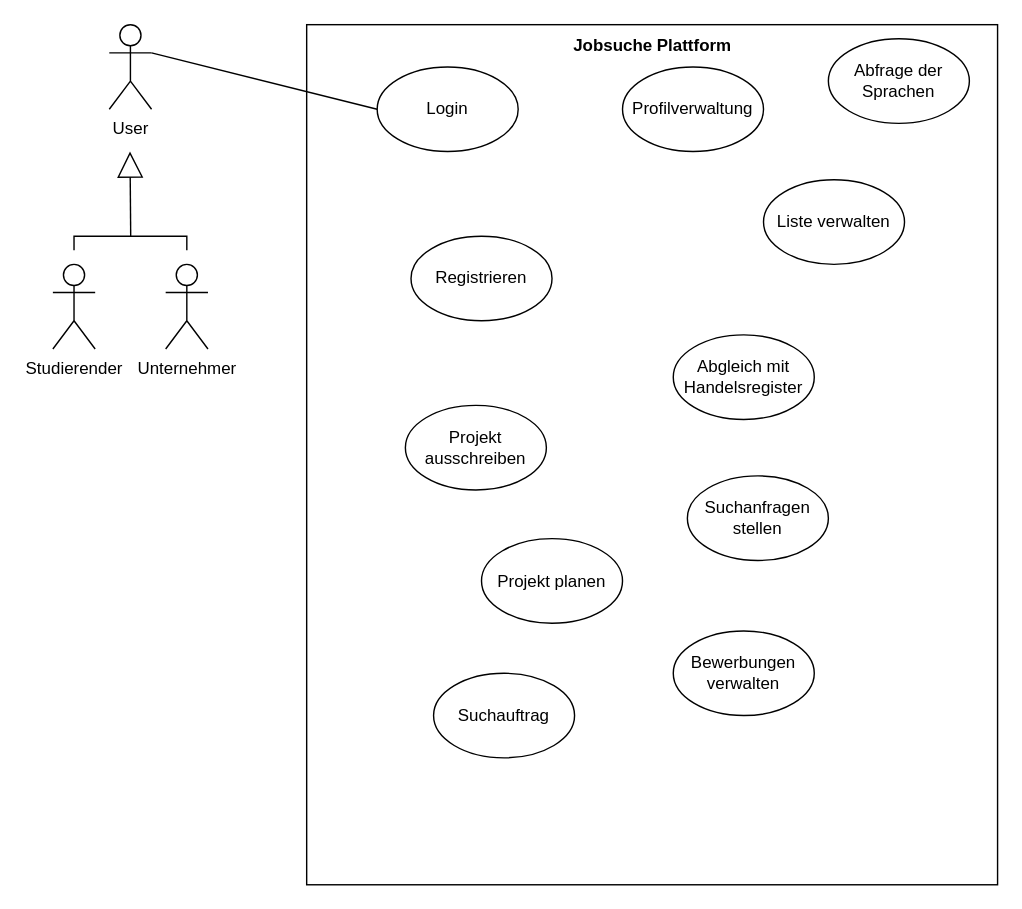
Software-Engineering-Team-HBRS/uebungsaufgaben keeps this draw.io diagram as Uebung5/Use-Case_Martin.drawio. Above is the earlier version. Source tidied: cells renumbered, new cells numbered last; positions are measured from the earlier drawing's top-left corner, leaving out a move shared by most shapes. Both pictures are drawn from the tidied source at 141%, with x=0, y=0 at pixel (52, 24).
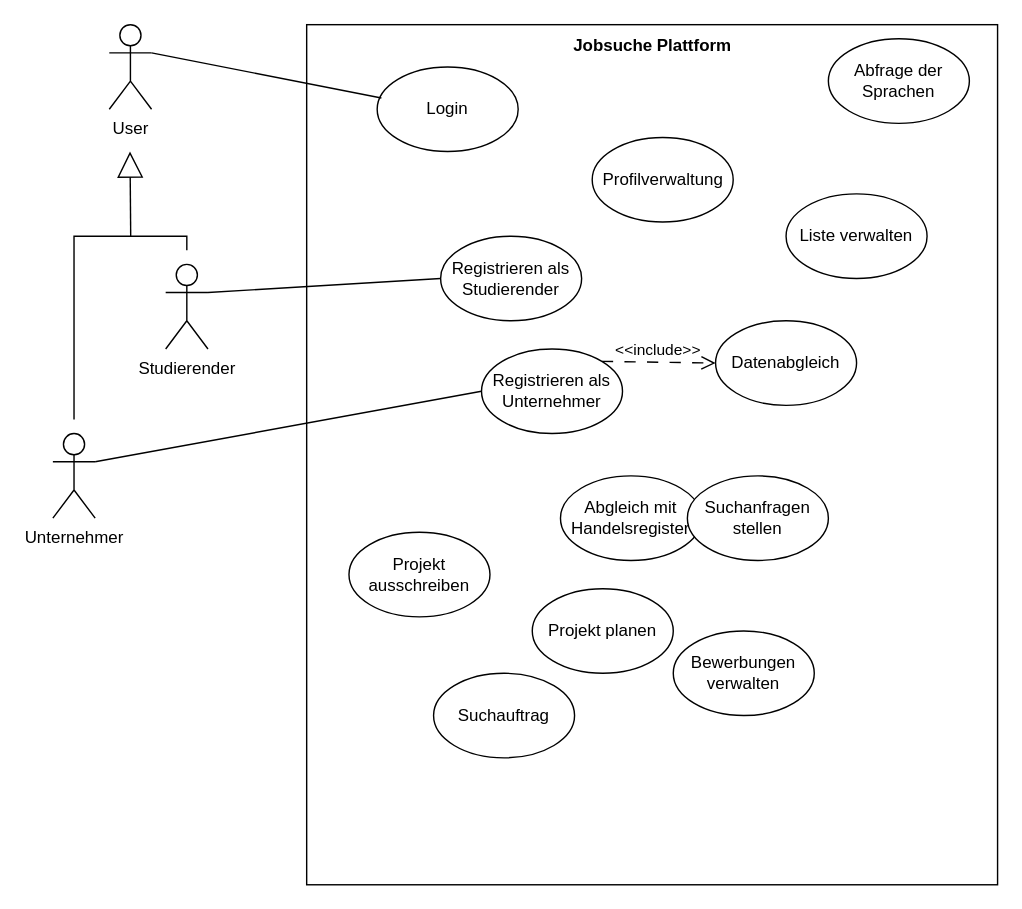
The same page after the edit.

Unchanged cells that the change refers to:
```xml
<mxCell id="3" value="User" style="shape=umlActor;verticalLabelPosition=bottom;verticalAlign=top;html=1;outlineConnect=0;" parent="1" vertex="1">
  <mxGeometry x="40" width="30" height="60" as="geometry" />
</mxCell>
<mxCell id="9" value="Login" style="ellipse;whiteSpace=wrap;html=1;" parent="1" vertex="1">
  <mxGeometry x="230" y="30" width="100" height="60" as="geometry" />
</mxCell>
```

What changed in the source:
```diff
@@
-    <mxCell id="4" value="Unternehmer" style="shape=umlActor;verticalLabelPosition=bottom;verticalAlign=top;html=1;outlineConnect=0;" parent="1" vertex="1">
+    <mxCell id="4" value="Studierender" style="shape=umlActor;verticalLabelPosition=bottom;verticalAlign=top;html=1;outlineConnect=0;" parent="1" vertex="1">
       <mxGeometry x="80" y="170" width="30" height="60" as="geometry" />
     </mxCell>
     <mxCell id="5" style="edgeStyle=orthogonalEdgeStyle;rounded=0;orthogonalLoop=1;jettySize=auto;html=1;endArrow=none;endFill=1;startArrow=none;startFill=0;" parent="1" edge="1">
       <mxGeometry relative="1" as="geometry">
-        <mxPoint x="15" y="160" as="sourcePoint" />
+        <mxPoint x="15" y="280" as="sourcePoint" />
         <mxPoint x="95" y="160" as="targetPoint" />
         <Array as="points">
           <mxPoint x="15" y="150" />
           <mxPoint x="95" y="150" />
         </Array>
       </mxGeometry>
     </mxCell>
-    <mxCell id="6" value="Studierender" style="shape=umlActor;verticalLabelPosition=bottom;verticalAlign=top;html=1;outlineConnect=0;" parent="1" vertex="1">
-      <mxGeometry y="170" width="30" height="60" as="geometry" />
+    <mxCell id="6" value="Unternehmer" style="shape=umlActor;verticalLabelPosition=bottom;verticalAlign=top;html=1;outlineConnect=0;" parent="1" vertex="1">
+      <mxGeometry y="290" width="30" height="60" as="geometry" />
     </mxCell>
@@
-    <mxCell id="10" style="endArrow=none;html=1;rounded=0;entryX=0;entryY=0.5;entryDx=0;entryDy=0;exitX=1;exitY=0.3333333333333333;exitDx=0;exitDy=0;exitPerimeter=0;" parent="1" edge="1" source="3" target="9">
+    <mxCell id="10" style="endArrow=none;html=1;rounded=0;entryX=0.03;entryY=0.367;entryDx=0;entryDy=0;exitX=1;exitY=0.3333333333333333;exitDx=0;exitDy=0;exitPerimeter=0;entryPerimeter=0;" parent="1" edge="1" source="3" target="9">
       <mxGeometry relative="1" as="geometry" />
     </mxCell>
-    <mxCell id="11" value="Registrieren" style="ellipse;whiteSpace=wrap;html=1;" parent="1" vertex="1">
-      <mxGeometry x="254" y="150" width="100" height="60" as="geometry" />
+    <mxCell id="11" value="Registrieren als Studierender" style="ellipse;whiteSpace=wrap;html=1;" parent="1" vertex="1">
+      <mxGeometry x="275" y="150" width="100" height="60" as="geometry" />
     </mxCell>
     <mxCell id="12" value="Projekt planen" style="ellipse;whiteSpace=wrap;html=1;" parent="1" vertex="1">
-      <mxGeometry x="304" y="364.5" width="100" height="60" as="geometry" />
+      <mxGeometry x="340" y="400" width="100" height="60" as="geometry" />
     </mxCell>
@@
     <mxCell id="14" value="Abgleich mit Handelsregister" style="ellipse;whiteSpace=wrap;html=1;" parent="1" vertex="1">
-      <mxGeometry x="440" y="220" width="100" height="60" as="geometry" />
+      <mxGeometry x="360" y="320" width="100" height="60" as="geometry" />
     </mxCell>
     <mxCell id="15" value="Profilverwaltung" style="ellipse;whiteSpace=wrap;html=1;" parent="1" vertex="1">
-      <mxGeometry x="404" y="30" width="100" height="60" as="geometry" />
+      <mxGeometry x="382.5" y="80" width="100" height="60" as="geometry" />
     </mxCell>
@@
     <mxCell id="17" value="Liste verwalten" style="ellipse;whiteSpace=wrap;html=1;" parent="1" vertex="1">
-      <mxGeometry x="504" y="110" width="100" height="60" as="geometry" />
+      <mxGeometry x="520" y="120" width="100" height="60" as="geometry" />
     </mxCell>
     <mxCell id="18" value="Projekt ausschreiben" style="ellipse;whiteSpace=wrap;html=1;" parent="1" vertex="1">
-      <mxGeometry x="250" y="270" width="100" height="60" as="geometry" />
+      <mxGeometry x="210" y="360" width="100" height="60" as="geometry" />
     </mxCell>
@@
+    <mxCell id="21" style="endArrow=none;html=1;rounded=0;entryX=0;entryY=0.5;entryDx=0;entryDy=0;exitX=1;exitY=0.3333333333333333;exitDx=0;exitDy=0;exitPerimeter=0;" parent="1" edge="1" source="4" target="11">
+      <mxGeometry relative="1" as="geometry" />
+    </mxCell>
+    <mxCell id="22" style="endArrow=none;html=1;rounded=0;entryX=0;entryY=0.5;entryDx=0;entryDy=0;exitX=1;exitY=0.3333333333333333;exitDx=0;exitDy=0;exitPerimeter=0;" parent="1" edge="1" source="6" target="23">
+      <mxGeometry relative="1" as="geometry" />
+    </mxCell>
+    <mxCell id="23" value="Registrieren als Unternehmer" style="ellipse;whiteSpace=wrap;html=1;" parent="1" vertex="1">
+      <mxGeometry x="304" y="230" width="100" height="60" as="geometry" />
+    </mxCell>
+    <mxCell id="24" value="Datenabgleich" style="ellipse;whiteSpace=wrap;html=1;" parent="1" vertex="1">
+      <mxGeometry x="470" y="210" width="100" height="60" as="geometry" />
+    </mxCell>
+    <mxCell id="25" value="&amp;lt;&amp;lt;include&amp;gt;&amp;gt;" style="html=1;verticalAlign=bottom;endArrow=open;dashed=1;endSize=8;curved=0;rounded=0;entryX=0;entryY=0.5;entryDx=0;entryDy=0;exitX=1;exitY=0;exitDx=0;exitDy=0;dashPattern=8 8;" parent="1" edge="1" source="23" target="24">
+      <mxGeometry x="0.01" y="-1" relative="1" as="geometry">
+        <mxPoint x="-1" as="offset" />
+      </mxGeometry>
+    </mxCell>
```
